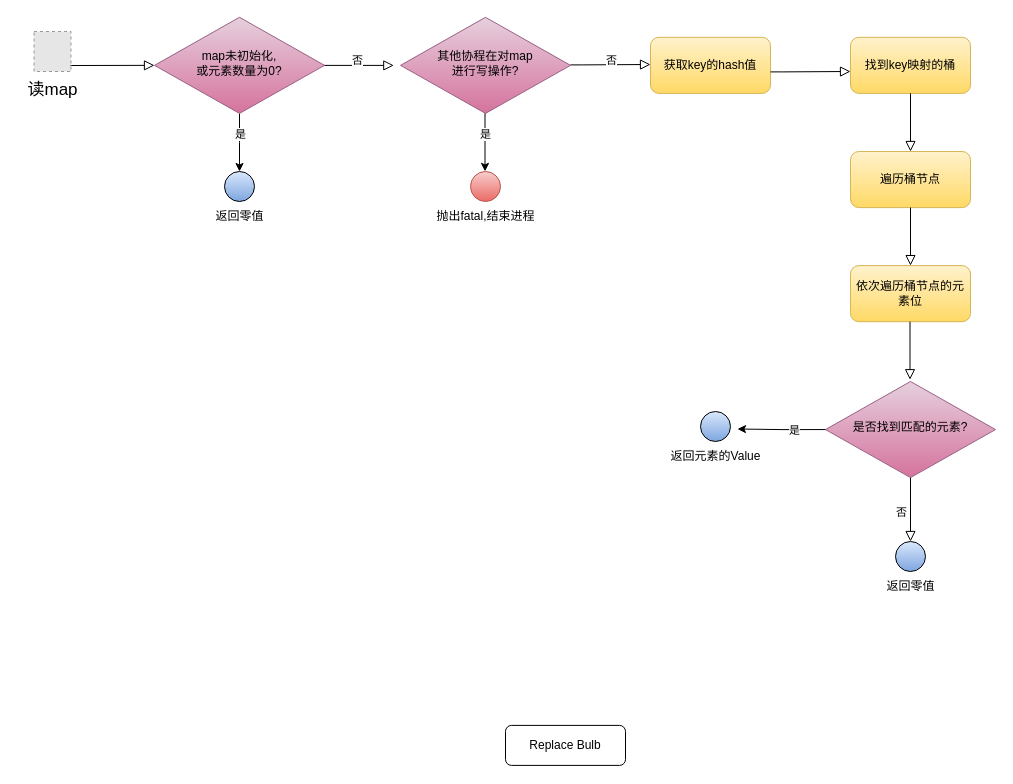
Earlier version of the draw.io diagram go-map读流程.drawio (zlx2019/files). Source tidied: cells renumbered, new cells numbered last; positions are measured from the earlier drawing's top-left corner, leaving out a move shared by most shapes. Both pictures are drawn from the tidied source at 100%, with x=0, y=0 at pixel (17, 17). Pictures stored in the file or linked from it are replaced by grey dashed boxes.
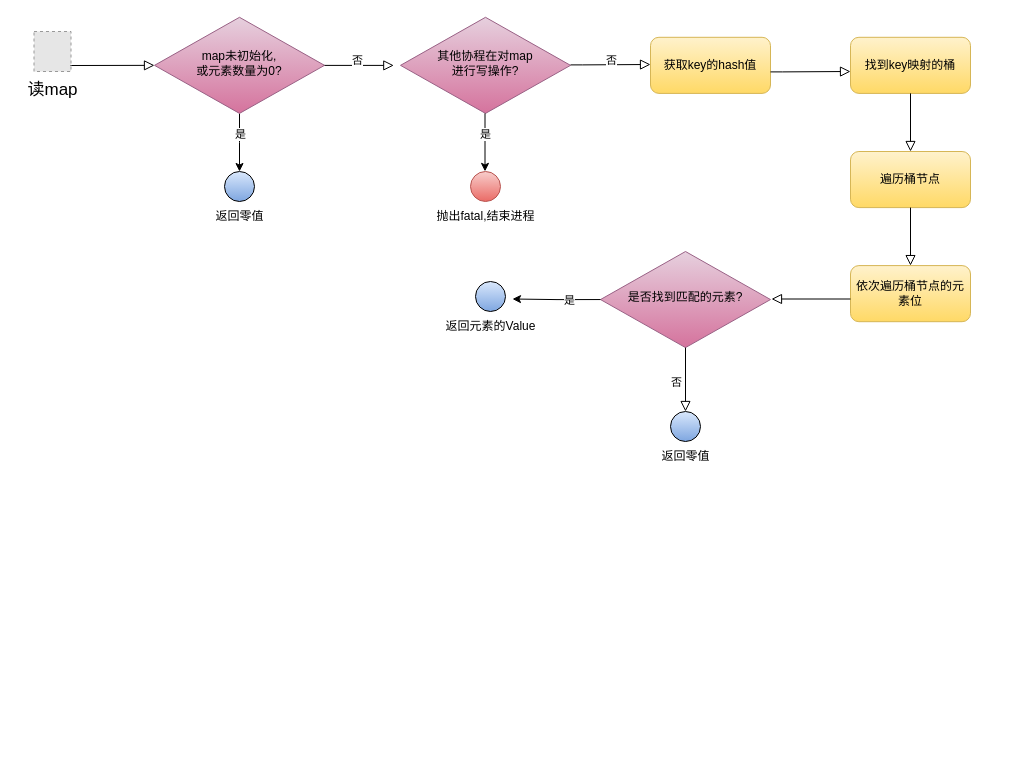
Above is the later version.

Commit message (it also covers changes not shown here):
更新go-map读流程.drawio

Change to the diagram source:
```diff
@@
-    <mxCell id="4" value="Replace Bulb" style="rounded=1;whiteSpace=wrap;html=1;fontSize=12;glass=0;strokeWidth=1;shadow=0;" parent="1" vertex="1">
-      <mxGeometry x="488" y="707.9" width="120" height="40" as="geometry" />
-    </mxCell>
@@
     <mxCell id="27" value="是否找到匹配的元素?" style="rhombus;whiteSpace=wrap;html=1;shadow=0;fontFamily=Helvetica;fontSize=12;align=center;strokeWidth=1;spacing=6;spacingTop=-4;fillColor=#e6d0de;gradientColor=#d5739d;strokeColor=#996185;" parent="1" vertex="1">
-      <mxGeometry x="808" y="364" width="170" height="96.1" as="geometry" />
+      <mxGeometry x="583" y="234" width="170" height="96.1" as="geometry" />
     </mxCell>
     <mxCell id="28" style="rounded=0;html=1;jettySize=auto;orthogonalLoop=1;fontSize=11;endArrow=block;endFill=0;endSize=8;strokeWidth=1;shadow=0;labelBackgroundColor=none;edgeStyle=orthogonalEdgeStyle;noEdgeStyle=1;orthogonal=1;exitX=0.5;exitY=1;exitDx=0;exitDy=0;" parent="1" edge="1">
       <mxGeometry relative="1" as="geometry">
-        <mxPoint x="892.5" y="304.2" as="sourcePoint" />
-        <mxPoint x="892.5" y="362.2" as="targetPoint" />
+        <mxPoint x="833" y="281.5" as="sourcePoint" />
+        <mxPoint x="754" y="281.5" as="targetPoint" />
       </mxGeometry>
     </mxCell>
     <mxCell id="29" style="edgeStyle=orthogonalEdgeStyle;rounded=0;jettySize=auto;html=1;exitX=0;exitY=0.5;exitDx=0;exitDy=0;" parent="1" edge="1" source="27">
       <mxGeometry relative="1" as="geometry">
-        <mxPoint x="720" y="411.5" as="targetPoint" />
+        <mxPoint x="495" y="281.5" as="targetPoint" />
       </mxGeometry>
     </mxCell>
@@
     <mxCell id="31" style="rounded=0;html=1;jettySize=auto;fontSize=11;endArrow=block;endFill=0;endSize=8;strokeWidth=1;shadow=0;labelBackgroundColor=none;edgeStyle=orthogonalEdgeStyle;noEdgeStyle=1;orthogonal=1;exitX=0.5;exitY=1;exitDx=0;exitDy=0;" parent="1" edge="1" source="27">
       <mxGeometry relative="1" as="geometry">
-        <mxPoint x="893" y="524" as="targetPoint" />
+        <mxPoint x="668" y="394" as="targetPoint" />
       </mxGeometry>
     </mxCell>
@@
     <mxCell id="33" style="ellipse;whiteSpace=wrap;html=1;fillColor=#dae8fc;strokeColor=default;gradientColor=#7ea6e0;shadow=0;" parent="1" vertex="1">
-      <mxGeometry x="878" y="524" width="30" height="30" as="geometry" />
+      <mxGeometry x="653" y="394" width="30" height="30" as="geometry" />
     </mxCell>
     <mxCell id="34" value="返回零值" style="text;html=1;align=center;verticalAlign=middle;strokeColor=none;fillColor=none;" parent="1" vertex="1">
-      <mxGeometry x="858" y="554" width="70" height="30" as="geometry" />
+      <mxGeometry x="633" y="424" width="70" height="30" as="geometry" />
     </mxCell>
     <mxCell id="35" style="ellipse;whiteSpace=wrap;html=1;fillColor=#dae8fc;strokeColor=default;gradientColor=#7ea6e0;shadow=0;" parent="1" vertex="1">
-      <mxGeometry x="683" y="394" width="30" height="30" as="geometry" />
+      <mxGeometry x="458" y="264" width="30" height="30" as="geometry" />
     </mxCell>
     <mxCell id="36" value="返回元素的Value" style="text;html=1;align=center;verticalAlign=middle;strokeColor=none;fillColor=none;" parent="1" vertex="1">
-      <mxGeometry x="643" y="424" width="110" height="30" as="geometry" />
+      <mxGeometry x="418" y="294" width="110" height="30" as="geometry" />
     </mxCell>
```
